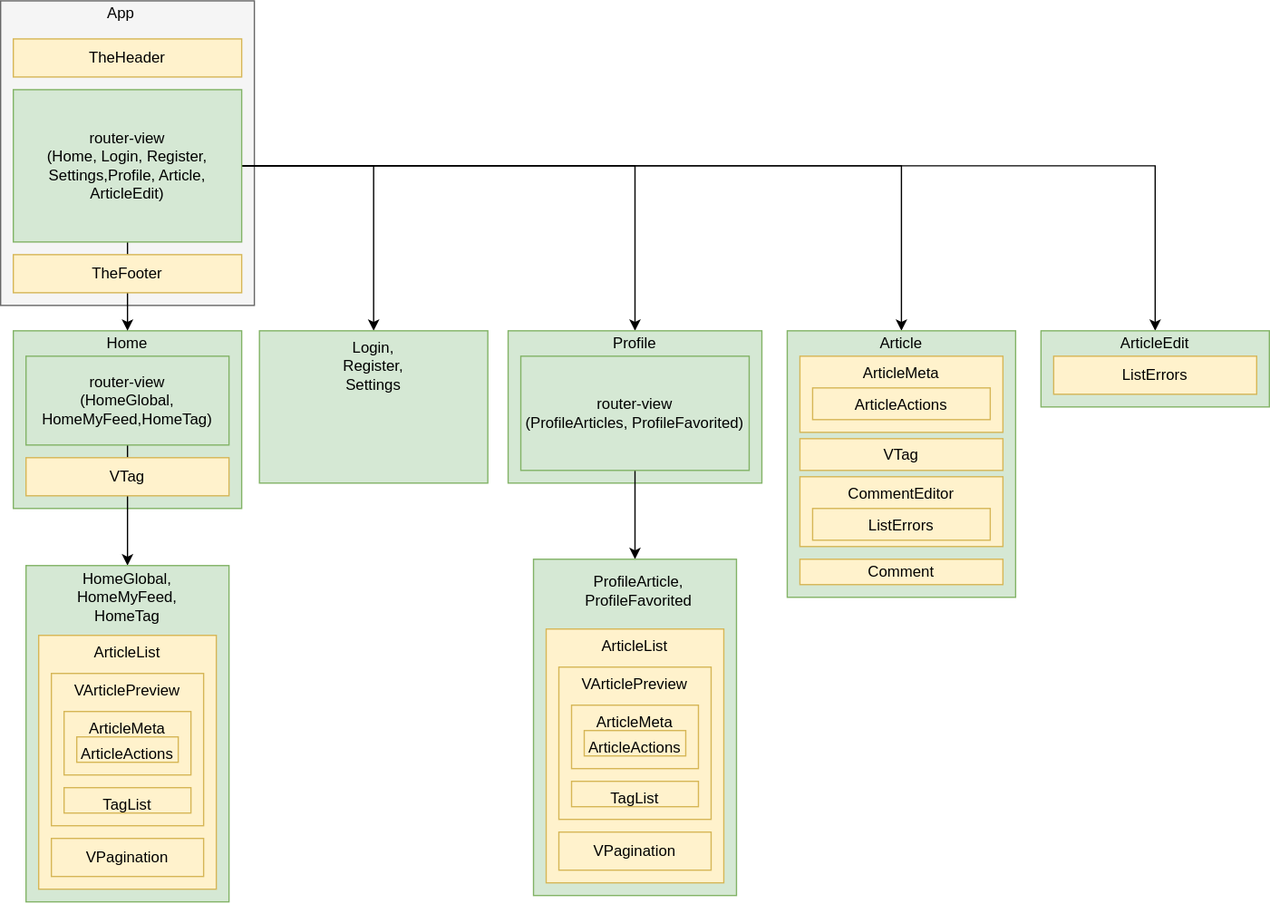
The draw.io diagram src/assets/images/2021/realworld-vue/constructure.drawio.svg in ktguy0723/ktguy-blog, before a commit. Source tidied: cells renumbered, new cells last; positions are measured from the earlier drawing's top-left corner, leaving out a move shared by most shapes. The source it was exported from:
```xml
<mxGraphModel>
  <root>
    <mxCell id="0" />
    <mxCell id="1" parent="0" />
    <mxCell id="2" style="rounded=0;whiteSpace=wrap;html=1;align=right;fillColor=#f5f5f5;strokeColor=#666666;fontColor=#333333;" parent="1" vertex="1">
      <mxGeometry width="200" height="240" as="geometry" />
    </mxCell>
    <mxCell id="3" value="TheHeader" style="rounded=0;whiteSpace=wrap;html=1;fillColor=#fff2cc;strokeColor=#d6b656;" parent="1" vertex="1">
      <mxGeometry x="10" y="30" width="180" height="30" as="geometry" />
    </mxCell>
    <mxCell id="4" style="rounded=0;whiteSpace=wrap;html=1;fillColor=#d5e8d4;strokeColor=#82b366;" parent="1" vertex="1">
      <mxGeometry x="10" y="260" width="180" height="140" as="geometry" />
    </mxCell>
    <mxCell id="5" style="edgeStyle=orthogonalEdgeStyle;rounded=0;jettySize=auto;html=1;entryX=0.5;entryY=0;entryDx=0;entryDy=0;" parent="1" edge="1" source="10" target="4">
      <mxGeometry relative="1" as="geometry" />
    </mxCell>
    <mxCell id="6" style="edgeStyle=orthogonalEdgeStyle;rounded=0;jettySize=auto;html=1;" parent="1" edge="1" source="10" target="33">
      <mxGeometry relative="1" as="geometry" />
    </mxCell>
    <mxCell id="7" style="edgeStyle=orthogonalEdgeStyle;rounded=0;jettySize=auto;html=1;entryX=0.5;entryY=0;entryDx=0;entryDy=0;" parent="1" edge="1" source="10" target="19">
      <mxGeometry relative="1" as="geometry" />
    </mxCell>
    <mxCell id="8" style="edgeStyle=orthogonalEdgeStyle;rounded=0;jettySize=auto;html=1;entryX=0.5;entryY=0;entryDx=0;entryDy=0;" parent="1" edge="1" source="10" target="25">
      <mxGeometry relative="1" as="geometry" />
    </mxCell>
    <mxCell id="9" style="edgeStyle=orthogonalEdgeStyle;rounded=0;jettySize=auto;html=1;entryX=0.5;entryY=0;entryDx=0;entryDy=0;" parent="1" edge="1" source="10" target="31">
      <mxGeometry relative="1" as="geometry" />
    </mxCell>
    <mxCell id="10" value="router-view&lt;br&gt;(Home, Login, Register, Settings,Profile, Article, ArticleEdit)" style="rounded=0;whiteSpace=wrap;html=1;fillColor=#d5e8d4;strokeColor=#82b366;" parent="1" vertex="1">
      <mxGeometry x="10" y="70" width="180" height="120" as="geometry" />
    </mxCell>
    <mxCell id="11" value="App" style="text;html=1;strokeColor=none;fillColor=none;align=center;verticalAlign=middle;whiteSpace=wrap;rounded=0;" parent="1" vertex="1">
      <mxGeometry x="75" width="40" height="20" as="geometry" />
    </mxCell>
    <mxCell id="12" value="TheFooter" style="rounded=0;whiteSpace=wrap;html=1;fillColor=#fff2cc;strokeColor=#d6b656;" parent="1" vertex="1">
      <mxGeometry x="10" y="200" width="180" height="30" as="geometry" />
    </mxCell>
    <mxCell id="13" style="edgeStyle=orthogonalEdgeStyle;rounded=0;jettySize=auto;html=1;entryX=0.5;entryY=0;entryDx=0;entryDy=0;" parent="1" edge="1" source="14" target="21">
      <mxGeometry relative="1" as="geometry" />
    </mxCell>
    <mxCell id="14" value="router-view&lt;br&gt;(HomeGlobal, HomeMyFeed,HomeTag)" style="rounded=0;whiteSpace=wrap;html=1;fillColor=#d5e8d4;strokeColor=#82b366;" parent="1" vertex="1">
      <mxGeometry x="20" y="280" width="160" height="70" as="geometry" />
    </mxCell>
    <mxCell id="15" value="Home" style="text;html=1;strokeColor=none;fillColor=none;align=center;verticalAlign=middle;whiteSpace=wrap;rounded=0;" parent="1" vertex="1">
      <mxGeometry x="80" y="260" width="40" height="20" as="geometry" />
    </mxCell>
    <mxCell id="16" style="rounded=0;whiteSpace=wrap;html=1;fillColor=#d5e8d4;strokeColor=#82b366;" parent="1" vertex="1">
      <mxGeometry x="400" y="260" width="200" height="120" as="geometry" />
    </mxCell>
    <mxCell id="17" style="edgeStyle=orthogonalEdgeStyle;rounded=0;jettySize=auto;html=1;entryX=0.5;entryY=0;entryDx=0;entryDy=0;" parent="1" edge="1" source="18" target="34">
      <mxGeometry relative="1" as="geometry" />
    </mxCell>
    <mxCell id="18" value="router-view&lt;br&gt;(ProfileArticles, ProfileFavorited)" style="rounded=0;whiteSpace=wrap;html=1;fillColor=#d5e8d4;strokeColor=#82b366;" parent="1" vertex="1">
      <mxGeometry x="410" y="280" width="180" height="90" as="geometry" />
    </mxCell>
    <mxCell id="19" value="Profile" style="text;html=1;strokeColor=none;fillColor=none;align=center;verticalAlign=middle;whiteSpace=wrap;rounded=0;" parent="1" vertex="1">
      <mxGeometry x="480" y="260" width="40" height="20" as="geometry" />
    </mxCell>
    <mxCell id="20" value="VTag" style="rounded=0;whiteSpace=wrap;html=1;fillColor=#fff2cc;strokeColor=#d6b656;" parent="1" vertex="1">
      <mxGeometry x="20" y="360" width="160" height="30" as="geometry" />
    </mxCell>
    <mxCell id="21" style="rounded=0;whiteSpace=wrap;html=1;fillColor=#d5e8d4;strokeColor=#82b366;" parent="1" vertex="1">
      <mxGeometry x="20" y="445" width="160" height="265" as="geometry" />
    </mxCell>
    <mxCell id="22" value="HomeGlobal,&lt;br&gt;HomeMyFeed,&lt;br&gt;HomeTag" style="text;html=1;strokeColor=none;fillColor=none;align=center;verticalAlign=middle;whiteSpace=wrap;rounded=0;" parent="1" vertex="1">
      <mxGeometry x="80" y="460" width="40" height="20" as="geometry" />
    </mxCell>
    <mxCell id="23" value="ArticleList" style="rounded=0;whiteSpace=wrap;html=1;fillColor=#fff2cc;strokeColor=#d6b656;horizontal=1;labelPosition=center;verticalLabelPosition=middle;align=center;verticalAlign=top;" parent="1" vertex="1">
      <mxGeometry x="30" y="500" width="140" height="200" as="geometry" />
    </mxCell>
    <mxCell id="24" style="rounded=0;whiteSpace=wrap;html=1;fillColor=#d5e8d4;strokeColor=#82b366;" parent="1" vertex="1">
      <mxGeometry x="620" y="260" width="180" height="210" as="geometry" />
    </mxCell>
    <mxCell id="25" value="Article" style="text;html=1;strokeColor=none;fillColor=none;align=center;verticalAlign=middle;whiteSpace=wrap;rounded=0;" parent="1" vertex="1">
      <mxGeometry x="690" y="260" width="40" height="20" as="geometry" />
    </mxCell>
    <mxCell id="26" value="CommentEditor" style="rounded=0;whiteSpace=wrap;html=1;fillColor=#fff2cc;strokeColor=#d6b656;verticalAlign=top;" parent="1" vertex="1">
      <mxGeometry x="630" y="375" width="160" height="55" as="geometry" />
    </mxCell>
    <mxCell id="27" value="ArticleMeta" style="rounded=0;whiteSpace=wrap;html=1;fillColor=#fff2cc;strokeColor=#d6b656;verticalAlign=top;" parent="1" vertex="1">
      <mxGeometry x="630" y="280" width="160" height="60" as="geometry" />
    </mxCell>
    <mxCell id="28" value="VTag" style="rounded=0;whiteSpace=wrap;html=1;fillColor=#fff2cc;strokeColor=#d6b656;" parent="1" vertex="1">
      <mxGeometry x="630" y="345" width="160" height="25" as="geometry" />
    </mxCell>
    <mxCell id="29" value="Comment" style="rounded=0;whiteSpace=wrap;html=1;fillColor=#fff2cc;strokeColor=#d6b656;verticalAlign=middle;" parent="1" vertex="1">
      <mxGeometry x="630" y="440" width="160" height="20" as="geometry" />
    </mxCell>
    <mxCell id="30" style="rounded=0;whiteSpace=wrap;html=1;fillColor=#d5e8d4;strokeColor=#82b366;" parent="1" vertex="1">
      <mxGeometry x="820" y="260" width="180" height="60" as="geometry" />
    </mxCell>
    <mxCell id="31" value="ArticleEdit" style="text;html=1;strokeColor=none;fillColor=none;align=center;verticalAlign=middle;whiteSpace=wrap;rounded=0;" parent="1" vertex="1">
      <mxGeometry x="890" y="260" width="40" height="20" as="geometry" />
    </mxCell>
    <mxCell id="32" value="ListErrors" style="rounded=0;whiteSpace=wrap;html=1;fillColor=#fff2cc;strokeColor=#d6b656;" parent="1" vertex="1">
      <mxGeometry x="830" y="280" width="160" height="30" as="geometry" />
    </mxCell>
    <mxCell id="33" value="Login,&lt;br&gt;Register,&lt;br&gt;Settings" style="rounded=0;whiteSpace=wrap;html=1;fillColor=#d5e8d4;strokeColor=#82b366;verticalAlign=top;" parent="1" vertex="1">
      <mxGeometry x="204" y="260" width="180" height="120" as="geometry" />
    </mxCell>
    <mxCell id="34" style="rounded=0;whiteSpace=wrap;html=1;fillColor=#d5e8d4;strokeColor=#82b366;" parent="1" vertex="1">
      <mxGeometry x="420" y="440" width="160" height="265" as="geometry" />
    </mxCell>
    <mxCell id="35" value="ProfileArticle,&lt;br&gt;ProfileFavorited" style="text;html=1;strokeColor=none;fillColor=none;align=center;verticalAlign=middle;whiteSpace=wrap;rounded=0;" parent="1" vertex="1">
      <mxGeometry x="486" y="455" width="34" height="20" as="geometry" />
    </mxCell>
    <mxCell id="36" value="ArticleActions" style="rounded=0;whiteSpace=wrap;html=1;fillColor=#fff2cc;strokeColor=#d6b656;verticalAlign=top;" parent="1" vertex="1">
      <mxGeometry x="640" y="305" width="140" height="25" as="geometry" />
    </mxCell>
    <mxCell id="37" value="ListErrors" style="rounded=0;whiteSpace=wrap;html=1;fillColor=#fff2cc;strokeColor=#d6b656;verticalAlign=top;" parent="1" vertex="1">
      <mxGeometry x="640" y="400" width="140" height="25" as="geometry" />
    </mxCell>
    <mxCell id="38" value="VArticlePreview" style="rounded=0;whiteSpace=wrap;html=1;fillColor=#fff2cc;strokeColor=#d6b656;verticalAlign=top;" parent="1" vertex="1">
      <mxGeometry x="40" y="530" width="120" height="120" as="geometry" />
    </mxCell>
    <mxCell id="39" value="ArticleMeta" style="rounded=0;whiteSpace=wrap;html=1;fillColor=#fff2cc;strokeColor=#d6b656;verticalAlign=top;" parent="1" vertex="1">
      <mxGeometry x="50" y="560" width="100" height="50" as="geometry" />
    </mxCell>
    <mxCell id="40" value="VPagination" style="rounded=0;whiteSpace=wrap;html=1;fillColor=#fff2cc;strokeColor=#d6b656;" parent="1" vertex="1">
      <mxGeometry x="40" y="660" width="120" height="30" as="geometry" />
    </mxCell>
    <mxCell id="41" value="ArticleActions" style="rounded=0;whiteSpace=wrap;html=1;fillColor=#fff2cc;strokeColor=#d6b656;verticalAlign=top;" parent="1" vertex="1">
      <mxGeometry x="60" y="580" width="80" height="20" as="geometry" />
    </mxCell>
    <mxCell id="42" value="TagList" style="rounded=0;whiteSpace=wrap;html=1;fillColor=#fff2cc;strokeColor=#d6b656;verticalAlign=top;" parent="1" vertex="1">
      <mxGeometry x="50" y="620" width="100" height="20" as="geometry" />
    </mxCell>
    <mxCell id="43" value="ArticleList" style="rounded=0;whiteSpace=wrap;html=1;fillColor=#fff2cc;strokeColor=#d6b656;horizontal=1;labelPosition=center;verticalLabelPosition=middle;align=center;verticalAlign=top;" parent="1" vertex="1">
      <mxGeometry x="430" y="495" width="140" height="200" as="geometry" />
    </mxCell>
    <mxCell id="44" value="VArticlePreview" style="rounded=0;whiteSpace=wrap;html=1;fillColor=#fff2cc;strokeColor=#d6b656;verticalAlign=top;" parent="1" vertex="1">
      <mxGeometry x="440" y="525" width="120" height="120" as="geometry" />
    </mxCell>
    <mxCell id="45" value="ArticleMeta" style="rounded=0;whiteSpace=wrap;html=1;fillColor=#fff2cc;strokeColor=#d6b656;verticalAlign=top;" parent="1" vertex="1">
      <mxGeometry x="450" y="555" width="100" height="50" as="geometry" />
    </mxCell>
    <mxCell id="46" value="VPagination" style="rounded=0;whiteSpace=wrap;html=1;fillColor=#fff2cc;strokeColor=#d6b656;" parent="1" vertex="1">
      <mxGeometry x="440" y="655" width="120" height="30" as="geometry" />
    </mxCell>
    <mxCell id="47" value="ArticleActions" style="rounded=0;whiteSpace=wrap;html=1;fillColor=#fff2cc;strokeColor=#d6b656;verticalAlign=top;" parent="1" vertex="1">
      <mxGeometry x="460" y="575" width="80" height="20" as="geometry" />
    </mxCell>
    <mxCell id="48" value="TagList" style="rounded=0;whiteSpace=wrap;html=1;fillColor=#fff2cc;strokeColor=#d6b656;verticalAlign=top;" parent="1" vertex="1">
      <mxGeometry x="450" y="615" width="100" height="20" as="geometry" />
    </mxCell>
  </root>
</mxGraphModel>
```
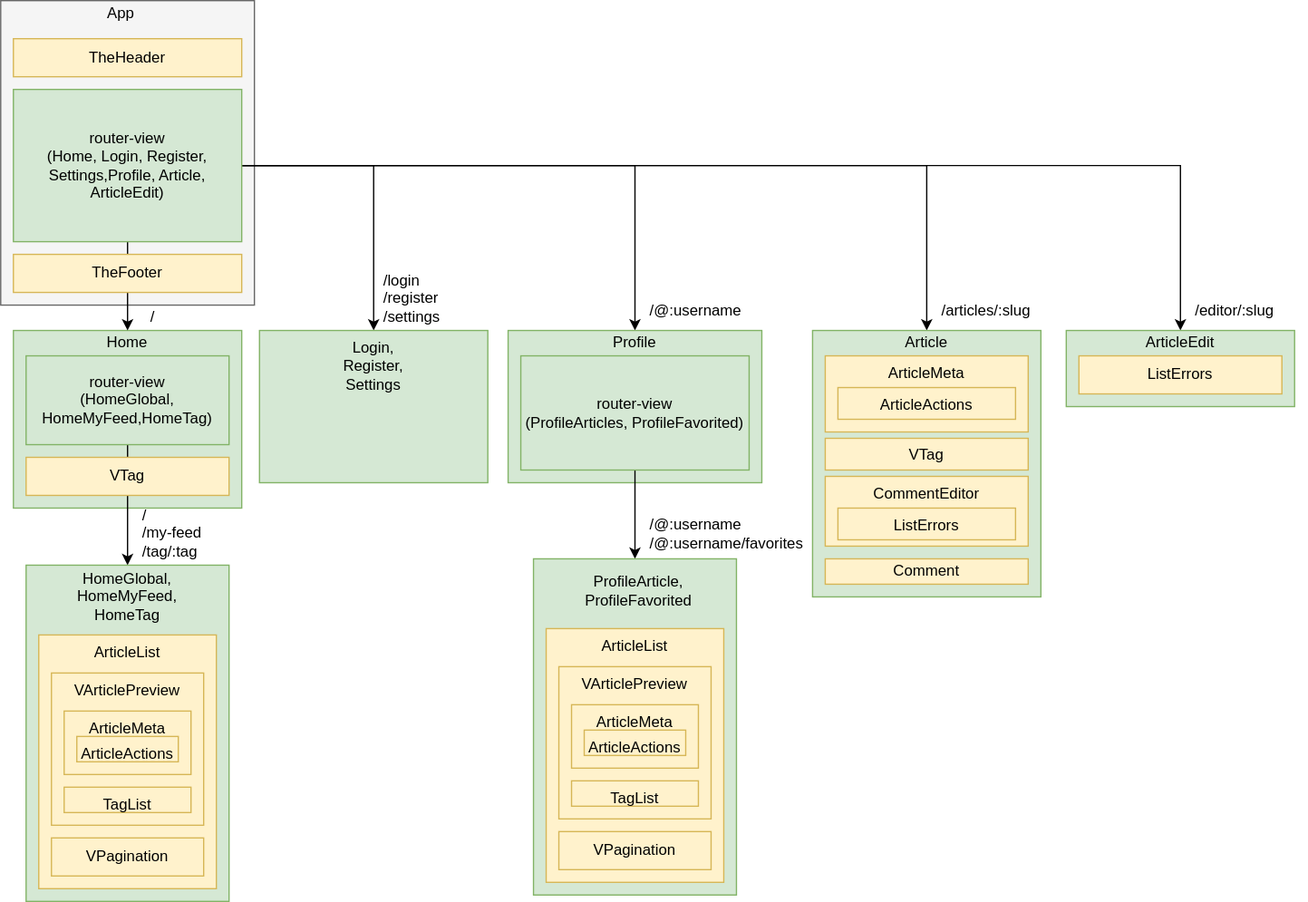
Later version of the same file.

Diff of the diagram source:
```diff
@@ -69,31 +69,31 @@
       <mxGeometry x="30" y="500" width="140" height="200" as="geometry" />
     </mxCell>
     <mxCell id="24" style="rounded=0;whiteSpace=wrap;html=1;fillColor=#d5e8d4;strokeColor=#82b366;" parent="1" vertex="1">
-      <mxGeometry x="620" y="260" width="180" height="210" as="geometry" />
+      <mxGeometry x="640" y="260" width="180" height="210" as="geometry" />
     </mxCell>
     <mxCell id="25" value="Article" style="text;html=1;strokeColor=none;fillColor=none;align=center;verticalAlign=middle;whiteSpace=wrap;rounded=0;" parent="1" vertex="1">
-      <mxGeometry x="690" y="260" width="40" height="20" as="geometry" />
+      <mxGeometry x="710" y="260" width="40" height="20" as="geometry" />
     </mxCell>
     <mxCell id="26" value="CommentEditor" style="rounded=0;whiteSpace=wrap;html=1;fillColor=#fff2cc;strokeColor=#d6b656;verticalAlign=top;" parent="1" vertex="1">
-      <mxGeometry x="630" y="375" width="160" height="55" as="geometry" />
+      <mxGeometry x="650" y="375" width="160" height="55" as="geometry" />
     </mxCell>
     <mxCell id="27" value="ArticleMeta" style="rounded=0;whiteSpace=wrap;html=1;fillColor=#fff2cc;strokeColor=#d6b656;verticalAlign=top;" parent="1" vertex="1">
-      <mxGeometry x="630" y="280" width="160" height="60" as="geometry" />
+      <mxGeometry x="650" y="280" width="160" height="60" as="geometry" />
     </mxCell>
     <mxCell id="28" value="VTag" style="rounded=0;whiteSpace=wrap;html=1;fillColor=#fff2cc;strokeColor=#d6b656;" parent="1" vertex="1">
-      <mxGeometry x="630" y="345" width="160" height="25" as="geometry" />
+      <mxGeometry x="650" y="345" width="160" height="25" as="geometry" />
     </mxCell>
     <mxCell id="29" value="Comment" style="rounded=0;whiteSpace=wrap;html=1;fillColor=#fff2cc;strokeColor=#d6b656;verticalAlign=middle;" parent="1" vertex="1">
-      <mxGeometry x="630" y="440" width="160" height="20" as="geometry" />
+      <mxGeometry x="650" y="440" width="160" height="20" as="geometry" />
     </mxCell>
     <mxCell id="30" style="rounded=0;whiteSpace=wrap;html=1;fillColor=#d5e8d4;strokeColor=#82b366;" parent="1" vertex="1">
-      <mxGeometry x="820" y="260" width="180" height="60" as="geometry" />
+      <mxGeometry x="840" y="260" width="180" height="60" as="geometry" />
     </mxCell>
     <mxCell id="31" value="ArticleEdit" style="text;html=1;strokeColor=none;fillColor=none;align=center;verticalAlign=middle;whiteSpace=wrap;rounded=0;" parent="1" vertex="1">
-      <mxGeometry x="890" y="260" width="40" height="20" as="geometry" />
+      <mxGeometry x="910" y="260" width="40" height="20" as="geometry" />
     </mxCell>
     <mxCell id="32" value="ListErrors" style="rounded=0;whiteSpace=wrap;html=1;fillColor=#fff2cc;strokeColor=#d6b656;" parent="1" vertex="1">
-      <mxGeometry x="830" y="280" width="160" height="30" as="geometry" />
+      <mxGeometry x="850" y="280" width="160" height="30" as="geometry" />
     </mxCell>
     <mxCell id="33" value="Login,&lt;br&gt;Register,&lt;br&gt;Settings" style="rounded=0;whiteSpace=wrap;html=1;fillColor=#d5e8d4;strokeColor=#82b366;verticalAlign=top;" parent="1" vertex="1">
       <mxGeometry x="204" y="260" width="180" height="120" as="geometry" />
@@ -105,10 +105,10 @@
       <mxGeometry x="486" y="455" width="34" height="20" as="geometry" />
     </mxCell>
     <mxCell id="36" value="ArticleActions" style="rounded=0;whiteSpace=wrap;html=1;fillColor=#fff2cc;strokeColor=#d6b656;verticalAlign=top;" parent="1" vertex="1">
-      <mxGeometry x="640" y="305" width="140" height="25" as="geometry" />
+      <mxGeometry x="660" y="305" width="140" height="25" as="geometry" />
     </mxCell>
     <mxCell id="37" value="ListErrors" style="rounded=0;whiteSpace=wrap;html=1;fillColor=#fff2cc;strokeColor=#d6b656;verticalAlign=top;" parent="1" vertex="1">
-      <mxGeometry x="640" y="400" width="140" height="25" as="geometry" />
+      <mxGeometry x="660" y="400" width="140" height="25" as="geometry" />
     </mxCell>
     <mxCell id="38" value="VArticlePreview" style="rounded=0;whiteSpace=wrap;html=1;fillColor=#fff2cc;strokeColor=#d6b656;verticalAlign=top;" parent="1" vertex="1">
       <mxGeometry x="40" y="530" width="120" height="120" as="geometry" />
@@ -143,5 +143,26 @@
     <mxCell id="48" value="TagList" style="rounded=0;whiteSpace=wrap;html=1;fillColor=#fff2cc;strokeColor=#d6b656;verticalAlign=top;" parent="1" vertex="1">
       <mxGeometry x="450" y="615" width="100" height="20" as="geometry" />
     </mxCell>
+    <mxCell id="49" value="/" style="text;html=1;strokeColor=none;fillColor=none;align=center;verticalAlign=middle;whiteSpace=wrap;rounded=0;" parent="1" vertex="1">
+      <mxGeometry x="100" y="240" width="40" height="20" as="geometry" />
+    </mxCell>
+    <mxCell id="50" value="/login&lt;br&gt;/register&lt;br&gt;&lt;div style=&quot;&quot;&gt;&lt;span&gt;/settings&lt;/span&gt;&lt;/div&gt;" style="text;html=1;strokeColor=none;fillColor=none;align=left;verticalAlign=middle;whiteSpace=wrap;rounded=0;" parent="1" vertex="1">
+      <mxGeometry x="300" y="200" width="90" height="70" as="geometry" />
+    </mxCell>
+    <mxCell id="51" value="/@:username" style="text;html=1;strokeColor=none;fillColor=none;align=left;verticalAlign=middle;whiteSpace=wrap;rounded=0;" parent="1" vertex="1">
+      <mxGeometry x="510" y="220" width="90" height="50" as="geometry" />
+    </mxCell>
+    <mxCell id="52" value="/articles/:slug" style="text;html=1;strokeColor=none;fillColor=none;align=left;verticalAlign=middle;whiteSpace=wrap;rounded=0;" parent="1" vertex="1">
+      <mxGeometry x="740" y="220" width="90" height="50" as="geometry" />
+    </mxCell>
+    <mxCell id="53" value="/editor/:slug" style="text;html=1;strokeColor=none;fillColor=none;align=left;verticalAlign=middle;whiteSpace=wrap;rounded=0;" parent="1" vertex="1">
+      <mxGeometry x="940" y="220" width="90" height="50" as="geometry" />
+    </mxCell>
+    <mxCell id="54" value="/@:username&lt;br&gt;/@:username/favorites" style="text;html=1;strokeColor=none;fillColor=none;align=left;verticalAlign=middle;whiteSpace=wrap;rounded=0;" parent="1" vertex="1">
+      <mxGeometry x="510" y="395" width="90" height="50" as="geometry" />
+    </mxCell>
+    <mxCell id="55" value="/&lt;br&gt;/my-feed&lt;br&gt;/tag/:tag" style="text;html=1;strokeColor=none;fillColor=none;align=left;verticalAlign=middle;whiteSpace=wrap;rounded=0;" parent="1" vertex="1">
+      <mxGeometry x="110" y="410" width="80" height="20" as="geometry" />
+    </mxCell>
   </root>
 </mxGraphModel>
```
